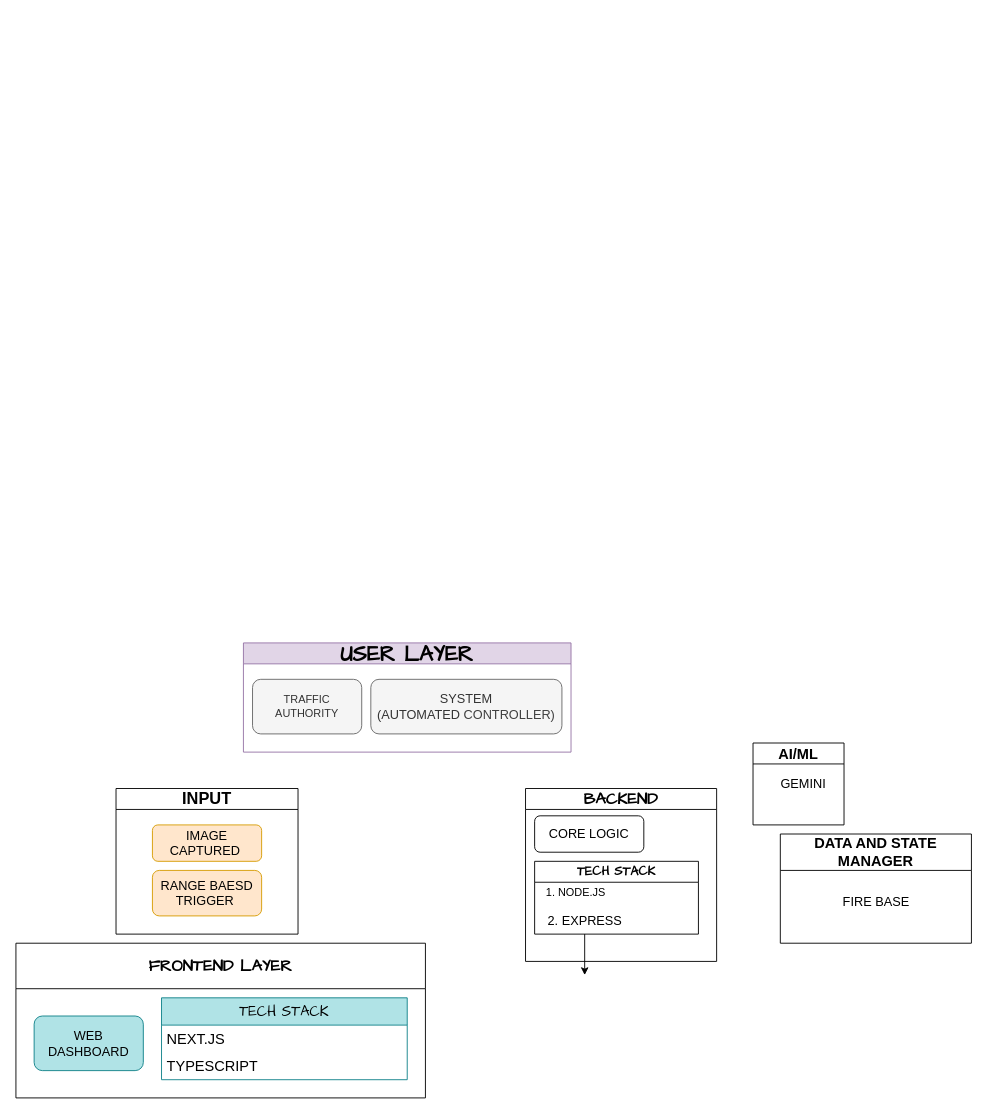
Above: docs/complete_structure.drawio in atharvakaplay123/SmartFlow (draw.io), before the change. Source tidied: cells renumbered, new cells numbered last; positions are measured from the earlier drawing's top-left corner, leaving out a move shared by most shapes. Both pictures are drawn from the tidied source at 91%, with x=0, y=0 at pixel (15, 642).
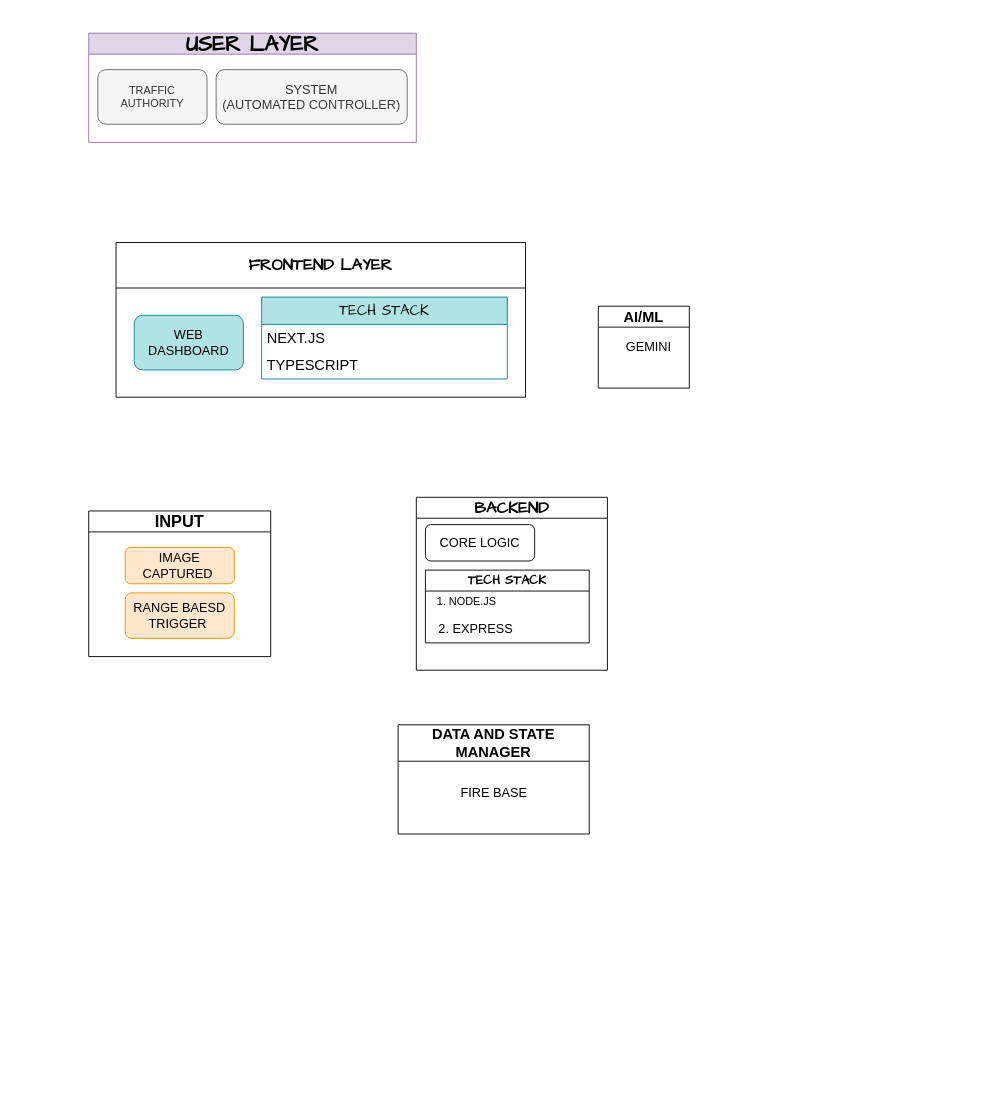
Above is the later version.

Commit message (it also covers changes not shown here):
Complete System Architecture Created

The change refers to these unchanged cells:
```xml
<mxCell id="17" value="&lt;font style=&quot;font-size: 14px;&quot;&gt;2. EXPRESS&lt;/font&gt;" style="text;html=1;align=center;verticalAlign=middle;points=[];strokeColor=none;fillColor=none;" parent="15" vertex="1">
  <mxGeometry y="50" width="110" height="30" as="geometry" />
</mxCell>
```

Diff of the diagram source:
```diff
@@
     <mxCell id="2" value="&lt;h1&gt;&lt;span style=&quot;font-size: 24px;&quot;&gt;&lt;font face=&quot;Comic Sans MS&quot;&gt;USER LAYER&lt;/font&gt;&lt;/span&gt;&lt;/h1&gt;" style="swimlane;whiteSpace=wrap;html=1;fillColor=#e1d5e7;strokeColor=#9673a6;" parent="1" vertex="1">
-      <mxGeometry x="250" width="360" height="120" as="geometry" />
+      <mxGeometry x="80" y="-670" width="360" height="120" as="geometry" />
     </mxCell>
@@
     <mxCell id="5" value="&lt;font face=&quot;Comic Sans MS&quot; style=&quot;font-size: 18px;&quot;&gt;FRONTEND LAYER&lt;/font&gt;" style="swimlane;whiteSpace=wrap;html=1;startSize=50;" parent="1" vertex="1">
-      <mxGeometry y="330" width="450" height="170" as="geometry" />
+      <mxGeometry x="110" y="-440" width="450" height="170" as="geometry" />
     </mxCell>
@@
     <mxCell id="10" value="&lt;font style=&quot;font-size: 18px;&quot;&gt;INPUT&lt;/font&gt;" style="swimlane;whiteSpace=wrap;html=1;" parent="1" vertex="1">
-      <mxGeometry x="110" y="160" width="200" height="160" as="geometry" />
+      <mxGeometry x="80" y="-145" width="200" height="160" as="geometry" />
     </mxCell>
@@
     <mxCell id="13" value="&lt;font face=&quot;Comic Sans MS&quot; style=&quot;font-size: 18px;&quot;&gt;BACKEND&lt;/font&gt;" style="swimlane;whiteSpace=wrap;html=1;" parent="1" vertex="1">
-      <mxGeometry x="560" y="160" width="210" height="190" as="geometry" />
+      <mxGeometry x="440" y="-160" width="210" height="190" as="geometry" />
     </mxCell>
@@
-    <mxCell id="18" style="edgeStyle=none;html=1;" parent="13" edge="1" source="17">
-      <mxGeometry relative="1" as="geometry">
-        <mxPoint x="65" y="205" as="targetPoint" />
-      </mxGeometry>
-    </mxCell>
     <mxCell id="19" value="&lt;font size=&quot;3&quot;&gt;AI/ML&lt;/font&gt;" style="swimlane;whiteSpace=wrap;html=1;" parent="1" vertex="1">
-      <mxGeometry x="810" y="110" width="100" height="90" as="geometry" />
+      <mxGeometry x="640" y="-370" width="100" height="90" as="geometry" />
     </mxCell>
@@
     <mxCell id="21" value="&lt;font size=&quot;3&quot;&gt;DATA AND STATE MANAGER&lt;/font&gt;" style="swimlane;whiteSpace=wrap;html=1;startSize=40;" parent="1" vertex="1">
-      <mxGeometry x="840" y="210" width="210" height="120" as="geometry" />
+      <mxGeometry x="420" y="90" width="210" height="120" as="geometry" />
     </mxCell>
```
